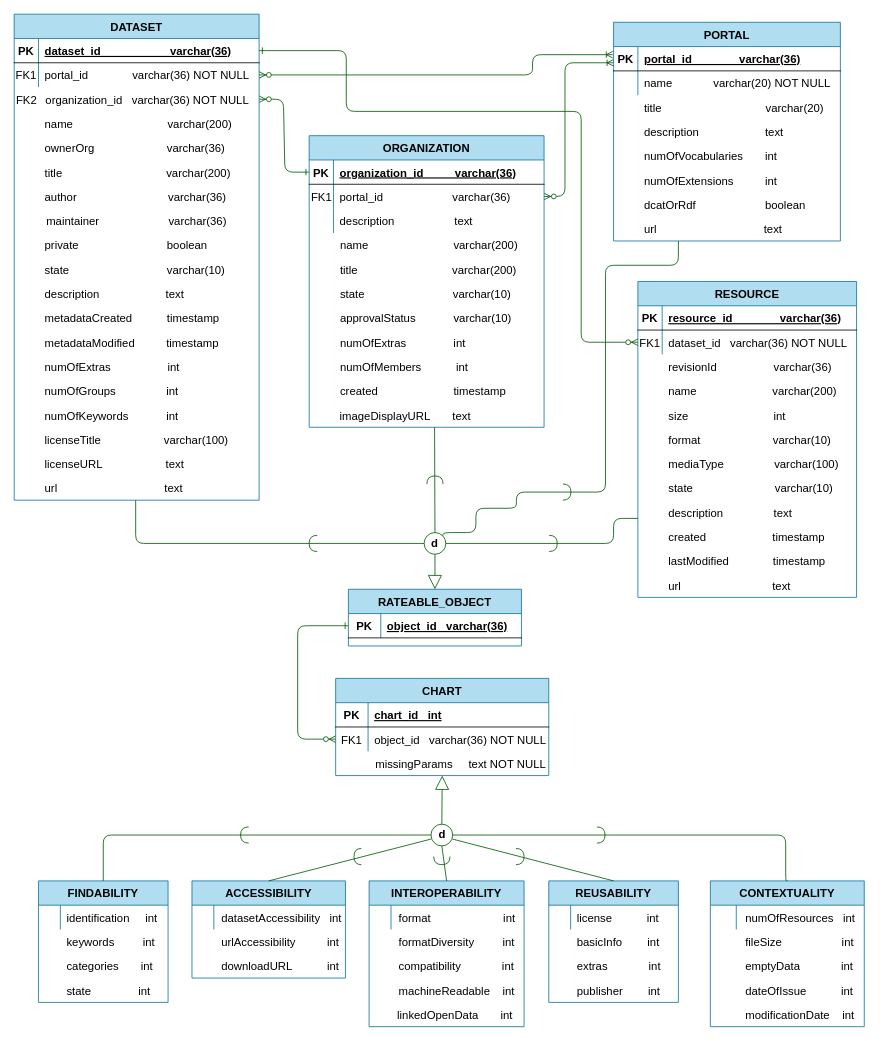
lukasunara/ckan-data-analysis keeps this draw.io diagram as db/relation_model.drawio. Above is the earlier version. Source tidied: cells renumbered, new cells numbered last; positions are measured from the earlier drawing's top-left corner, leaving out a move shared by most shapes. Both pictures are drawn from the tidied source at 81%, with x=0, y=0 at pixel (14, 14).
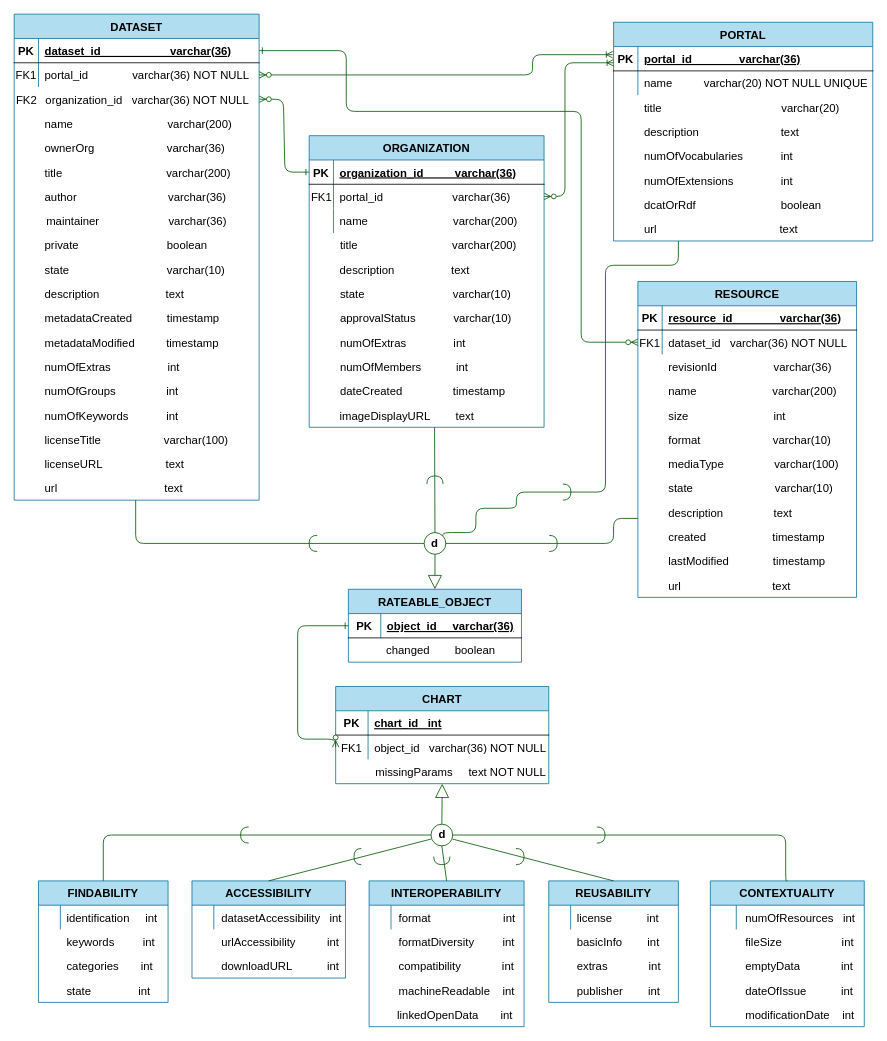
The same page after the edit.

Unchanged cells that the change refers to:
```xml
<mxCell id="18" style="shape=partialRectangle;fillColor=none;top=0;left=0;right=0;bottom=0;fontSize=14;" parent="11" vertex="1">
  <mxGeometry y="90" width="290" height="30" as="geometry" />
</mxCell>
<mxCell id="120" style="shape=partialRectangle;points=[[0,0.5],[1,0.5]];portConstraint=eastwest;top=0;left=0;right=0;bottom=1;fillColor=none;fontSize=14;" parent="119" vertex="1">
  <mxGeometry y="30" width="213.7" height="30" as="geometry" />
</mxCell>
```

The edit, as a diff of the source:
```diff
@@
-    <mxCell id="20" value="description                   text" style="shape=partialRectangle;overflow=hidden;fillColor=none;top=0;left=0;bottom=0;right=0;align=left;spacingLeft=6;fontSize=14;" parent="18" vertex="1">
+    <mxCell id="20" value="name                           varchar(200)" style="shape=partialRectangle;overflow=hidden;fillColor=none;top=0;left=0;bottom=0;right=0;align=left;spacingLeft=6;fontSize=14;" parent="18" vertex="1">
       <mxGeometry x="30" width="260" height="30" as="geometry" />
     </mxCell>
     <mxCell id="21" value="PORTAL" style="shape=table;startSize=30;childLayout=tableLayout;rowLines=0;fontStyle=1;align=center;fillColor=#b1ddf0;strokeColor=#10739e;fontSize=14;" parent="1" vertex="1">
-      <mxGeometry x="740" y="10" width="280" height="270" as="geometry" />
+      <mxGeometry x="740" y="10" width="320" height="270" as="geometry" />
     </mxCell>
     <mxCell id="22" style="shape=partialRectangle;fillColor=none;points=[[0,0.5],[1,0.5]];portConstraint=eastwest;top=0;left=0;right=0;bottom=1;fontSize=14;" parent="21" vertex="1">
-      <mxGeometry y="30" width="280" height="30" as="geometry" />
+      <mxGeometry y="30" width="320" height="30" as="geometry" />
     </mxCell>
@@
     <mxCell id="24" value="portal_id               varchar(36)" style="shape=partialRectangle;overflow=hidden;fillColor=none;top=0;left=0;bottom=0;right=0;align=left;spacingLeft=6;fontStyle=5;fontSize=14;" parent="22" vertex="1">
-      <mxGeometry x="30" width="250" height="30" as="geometry" />
+      <mxGeometry x="30" width="290" height="30" as="geometry" />
     </mxCell>
     <mxCell id="25" style="shape=partialRectangle;fillColor=none;top=0;left=0;right=0;bottom=0;fontSize=14;" parent="21" vertex="1">
-      <mxGeometry y="60" width="280" height="30" as="geometry" />
+      <mxGeometry y="60" width="320" height="30" as="geometry" />
     </mxCell>
@@
-    <mxCell id="27" value="name             varchar(20) NOT NULL" style="shape=partialRectangle;overflow=hidden;fillColor=none;top=0;left=0;bottom=0;right=0;align=left;spacingLeft=6;fontSize=14;" parent="25" vertex="1">
-      <mxGeometry x="30" width="250" height="30" as="geometry" />
+    <mxCell id="27" value="name          varchar(20) NOT NULL UNIQUE" style="shape=partialRectangle;overflow=hidden;fillColor=none;top=0;left=0;bottom=0;right=0;align=left;spacingLeft=6;fontSize=14;" parent="25" vertex="1">
+      <mxGeometry x="30" width="290" height="30" as="geometry" />
     </mxCell>
@@
     <mxCell id="53" value="title                              varchar(200)" style="shape=partialRectangle;overflow=hidden;fillColor=none;top=0;left=0;bottom=0;right=0;align=left;spacingLeft=6;fontSize=14;" parent="1" vertex="1">
-      <mxGeometry x="394.7" y="300" width="260" height="30" as="geometry" />
+      <mxGeometry x="394.7" y="270" width="260" height="30" as="geometry" />
     </mxCell>
-    <mxCell id="54" value="created                        timestamp" style="shape=partialRectangle;overflow=hidden;fillColor=none;top=0;left=0;bottom=0;right=0;align=left;spacingLeft=6;fontSize=14;" parent="1" vertex="1">
+    <mxCell id="54" value="dateCreated                timestamp" style="shape=partialRectangle;overflow=hidden;fillColor=none;top=0;left=0;bottom=0;right=0;align=left;spacingLeft=6;fontSize=14;" parent="1" vertex="1">
       <mxGeometry x="394.7" y="450" width="260" height="30" as="geometry" />
     </mxCell>
@@
-    <mxCell id="57" value="imageDisplayURL       text" style="shape=partialRectangle;overflow=hidden;fillColor=none;top=0;left=0;bottom=0;right=0;align=left;spacingLeft=6;fontSize=14;" parent="1" vertex="1">
+    <mxCell id="57" value="imageDisplayURL        text" style="shape=partialRectangle;overflow=hidden;fillColor=none;top=0;left=0;bottom=0;right=0;align=left;spacingLeft=6;fontSize=14;" parent="1" vertex="1">
       <mxGeometry x="394.2" y="480" width="260" height="30" as="geometry" />
     </mxCell>
@@
     <mxCell id="68" value="CHART" style="shape=table;startSize=30;childLayout=tableLayout;rowLines=0;fontStyle=1;align=center;fillColor=#b1ddf0;strokeColor=#10739e;fontSize=14;" parent="1" vertex="1">
-      <mxGeometry x="396.9" y="820" width="263.1" height="120" as="geometry" />
+      <mxGeometry x="396.9" y="830" width="263.1" height="120" as="geometry" />
     </mxCell>
@@
     <mxCell id="119" value="RATEABLE_OBJECT" style="shape=table;startSize=30;childLayout=tableLayout;rowLines=0;fontStyle=1;align=center;fillColor=#b1ddf0;strokeColor=#10739e;fontSize=14;" parent="1" vertex="1">
-      <mxGeometry x="412.6" y="710" width="213.7" height="70" as="geometry" />
+      <mxGeometry x="412.6" y="710" width="213.7" height="90" as="geometry" />
     </mxCell>
@@
-    <mxCell id="122" value="object_id   varchar(36)" style="shape=partialRectangle;overflow=hidden;top=0;left=0;bottom=0;right=0;align=left;spacingLeft=6;fontStyle=5;fillColor=none;fontSize=14;" parent="120" vertex="1">
+    <mxCell id="122" value="object_id     varchar(36)" style="shape=partialRectangle;overflow=hidden;top=0;left=0;bottom=0;right=0;align=left;spacingLeft=6;fontStyle=5;fillColor=none;fontSize=14;" parent="120" vertex="1">
       <mxGeometry x="40" width="173.7" height="30" as="geometry" />
     </mxCell>
@@
-    <mxCell id="144" value="numOfExtensions          int" style="shape=partialRectangle;overflow=hidden;fillColor=none;top=0;left=0;bottom=0;right=0;align=left;spacingLeft=6;fontSize=14;" parent="1" vertex="1">
+    <mxCell id="144" value="numOfExtensions               int" style="shape=partialRectangle;overflow=hidden;fillColor=none;top=0;left=0;bottom=0;right=0;align=left;spacingLeft=6;fontSize=14;" parent="1" vertex="1">
       <mxGeometry x="770" y="190" width="250" height="30" as="geometry" />
     </mxCell>
-    <mxCell id="145" value="description                     text" style="shape=partialRectangle;overflow=hidden;fillColor=none;top=0;left=0;bottom=0;right=0;align=left;spacingLeft=6;fontSize=14;" parent="1" vertex="1">
+    <mxCell id="145" value="description                          text" style="shape=partialRectangle;overflow=hidden;fillColor=none;top=0;left=0;bottom=0;right=0;align=left;spacingLeft=6;fontSize=14;" parent="1" vertex="1">
       <mxGeometry x="770" y="130" width="250" height="30" as="geometry" />
     </mxCell>
@@
-    <mxCell id="147" value="url                                  text" style="shape=partialRectangle;overflow=hidden;fillColor=none;top=0;left=0;bottom=0;right=0;align=left;spacingLeft=6;fontSize=14;" parent="1" vertex="1">
+    <mxCell id="147" value="url                                       text" style="shape=partialRectangle;overflow=hidden;fillColor=none;top=0;left=0;bottom=0;right=0;align=left;spacingLeft=6;fontSize=14;" parent="1" vertex="1">
       <mxGeometry x="770" y="250" width="250" height="30" as="geometry" />
     </mxCell>
-    <mxCell id="148" value="name                           varchar(200)" style="shape=partialRectangle;overflow=hidden;fillColor=none;top=0;left=0;bottom=0;right=0;align=left;spacingLeft=6;strokeWidth=1;fontStyle=0;fontSize=14;" parent="1" vertex="1">
-      <mxGeometry x="394.7" y="270" width="260" height="30" as="geometry" />
+    <mxCell id="148" value="description                  text" style="shape=partialRectangle;overflow=hidden;fillColor=none;top=0;left=0;bottom=0;right=0;align=left;spacingLeft=6;strokeWidth=1;fontStyle=0;fontSize=14;" parent="1" vertex="1">
+      <mxGeometry x="394.2" y="300" width="260" height="30" as="geometry" />
     </mxCell>
@@
     <mxCell id="154" value="missingParams     text NOT NULL" style="shape=partialRectangle;overflow=hidden;fillColor=none;top=0;left=0;bottom=0;right=0;align=left;spacingLeft=6;fontSize=14;" parent="1" vertex="1">
-      <mxGeometry x="438.2" y="910" width="220" height="30" as="geometry" />
+      <mxGeometry x="438.2" y="920" width="220" height="30" as="geometry" />
     </mxCell>
@@
-    <mxCell id="156" value="title                                 varchar(20)" style="shape=partialRectangle;overflow=hidden;fillColor=none;top=0;left=0;bottom=0;right=0;align=left;spacingLeft=6;fontSize=14;" parent="1" vertex="1">
+    <mxCell id="156" value="title                                      varchar(20)" style="shape=partialRectangle;overflow=hidden;fillColor=none;top=0;left=0;bottom=0;right=0;align=left;spacingLeft=6;fontSize=14;" parent="1" vertex="1">
       <mxGeometry x="770" y="100" width="250" height="30" as="geometry" />
     </mxCell>
-    <mxCell id="157" value="numOfVocabularies       int" style="shape=partialRectangle;overflow=hidden;fillColor=none;top=0;left=0;bottom=0;right=0;align=left;spacingLeft=6;fontSize=14;" parent="1" vertex="1">
+    <mxCell id="157" value="numOfVocabularies            int" style="shape=partialRectangle;overflow=hidden;fillColor=none;top=0;left=0;bottom=0;right=0;align=left;spacingLeft=6;fontSize=14;" parent="1" vertex="1">
       <mxGeometry x="770" y="160" width="250" height="30" as="geometry" />
     </mxCell>
-    <mxCell id="158" value="dcatOrRdf                      boolean" style="shape=partialRectangle;overflow=hidden;fillColor=none;top=0;left=0;bottom=0;right=0;align=left;spacingLeft=6;fontSize=14;" parent="1" vertex="1">
+    <mxCell id="158" value="dcatOrRdf                           boolean" style="shape=partialRectangle;overflow=hidden;fillColor=none;top=0;left=0;bottom=0;right=0;align=left;spacingLeft=6;fontSize=14;" parent="1" vertex="1">
       <mxGeometry x="770" y="220" width="250" height="30" as="geometry" />
     </mxCell>
+    <mxCell id="159" value="changed        boolean" style="shape=partialRectangle;overflow=hidden;fillColor=none;top=0;left=0;bottom=0;right=0;align=left;spacingLeft=6;fontSize=14;" parent="1" vertex="1">
+      <mxGeometry x="451.6" y="770" width="178.4" height="30" as="geometry" />
+    </mxCell>
```
